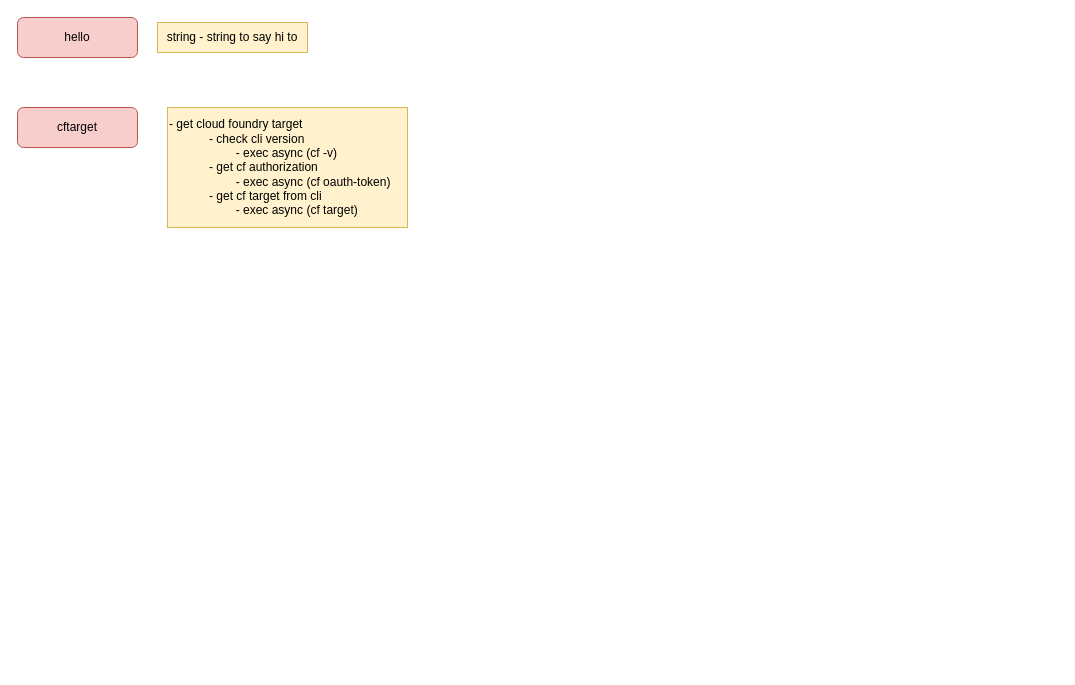
This is diagrams/mynodecli.drawio from ravipativenu/my-node-cli, a draw.io file, before an edit. Source tidied: cells renumbered, new cells numbered last; positions are measured from the earlier drawing's top-left corner, leaving out a move shared by most shapes. Both pictures are drawn from the tidied source at 100%, with x=0, y=0 at pixel (17, 17).
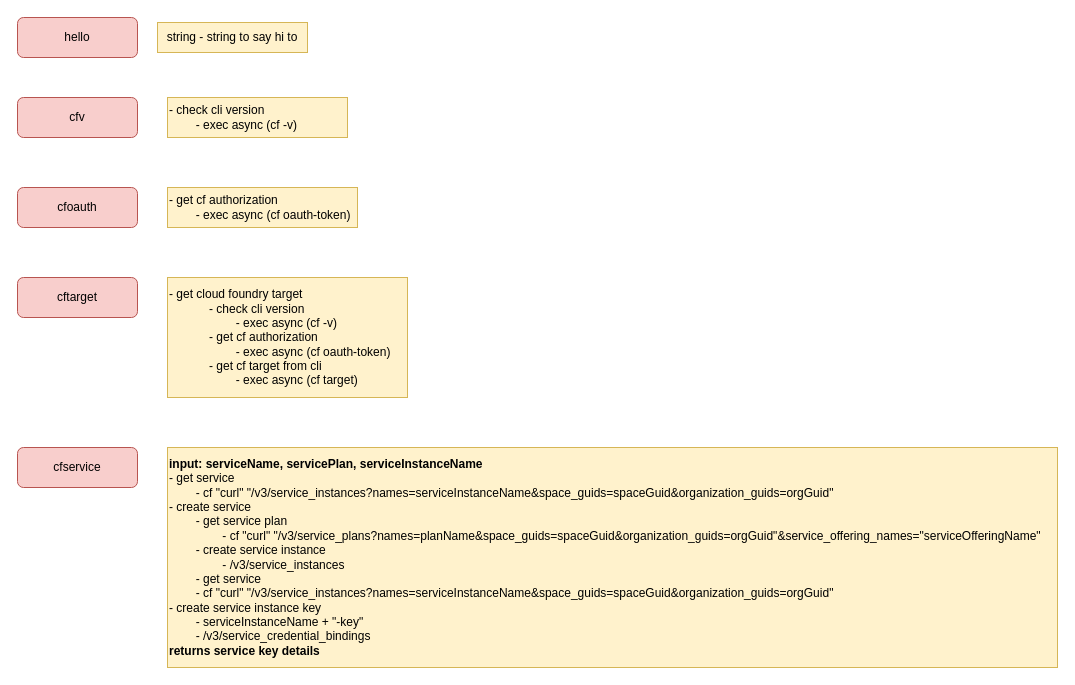
The same page after the edit.

Change to the diagram source:
```diff
@@
 <mxGraphModel>
   <root>
     <mxCell id="0" />
     <mxCell id="1" parent="0" />
     <mxCell id="2" value="hello" style="rounded=1;whiteSpace=wrap;html=1;fillColor=#f8cecc;strokeColor=#b85450;" parent="1" vertex="1">
       <mxGeometry width="120" height="40" as="geometry" />
     </mxCell>
     <mxCell id="3" value="string - string to say hi to" style="text;html=1;align=center;verticalAlign=middle;whiteSpace=wrap;rounded=0;fillColor=#fff2cc;strokeColor=#d6b656;" parent="1" vertex="1">
       <mxGeometry x="140" y="5" width="150" height="30" as="geometry" />
     </mxCell>
     <mxCell id="4" value="cftarget" style="rounded=1;whiteSpace=wrap;html=1;fillColor=#f8cecc;strokeColor=#b85450;" parent="1" vertex="1">
-      <mxGeometry y="90" width="120" height="40" as="geometry" />
+      <mxGeometry y="260" width="120" height="40" as="geometry" />
     </mxCell>
     <mxCell id="5" value="- get cloud foundry target&lt;blockquote style=&quot;margin: 0 0 0 40px; border: none; padding: 0px;&quot;&gt;&lt;div&gt;- check cli version&lt;/div&gt;&lt;div&gt;&lt;span style=&quot;white-space: pre;&quot;&gt;&#9;&lt;/span&gt;- exec async (cf -v)&lt;/div&gt;&lt;div&gt;- get cf authorization&lt;/div&gt;&lt;div&gt;&lt;span style=&quot;white-space: pre;&quot;&gt;&#9;&lt;/span&gt;-&amp;nbsp;&lt;span style=&quot;background-color: initial;&quot;&gt;exec async&lt;/span&gt;&lt;span style=&quot;background-color: initial;&quot;&gt;&amp;nbsp;(&lt;/span&gt;&lt;span style=&quot;background-color: initial;&quot;&gt;cf oauth-token)&lt;/span&gt;&lt;/div&gt;&lt;div&gt;- get cf target from cli&lt;/div&gt;&lt;div&gt;&lt;span style=&quot;white-space: pre;&quot;&gt;&#9;&lt;/span&gt;-&amp;nbsp;&lt;span style=&quot;background-color: initial;&quot;&gt;exec async&lt;/span&gt;&lt;span style=&quot;background-color: initial;&quot;&gt;&amp;nbsp;(&lt;/span&gt;&lt;span style=&quot;background-color: initial;&quot;&gt;cf target)&lt;/span&gt;&lt;/div&gt;&lt;/blockquote&gt;" style="text;html=1;align=left;verticalAlign=middle;whiteSpace=wrap;rounded=0;fillColor=#fff2cc;strokeColor=#d6b656;" parent="1" vertex="1">
-      <mxGeometry x="150" y="90" width="240" height="120" as="geometry" />
+      <mxGeometry x="150" y="260" width="240" height="120" as="geometry" />
     </mxCell>
+    <mxCell id="6" value="cfoauth" style="rounded=1;whiteSpace=wrap;html=1;fillColor=#f8cecc;strokeColor=#b85450;" parent="1" vertex="1">
+      <mxGeometry y="170" width="120" height="40" as="geometry" />
+    </mxCell>
+    <mxCell id="7" value="cfv" style="rounded=1;whiteSpace=wrap;html=1;fillColor=#f8cecc;strokeColor=#b85450;" parent="1" vertex="1">
+      <mxGeometry y="80" width="120" height="40" as="geometry" />
+    </mxCell>
+    <mxCell id="8" value="&lt;div&gt;- check cli version&lt;/div&gt;&lt;div&gt;&lt;span style=&quot;white-space: normal;&quot;&gt;&lt;span style=&quot;white-space:pre&quot;&gt;&#9;&lt;/span&gt;- exec async (cf -v)&lt;/span&gt;&lt;/div&gt;" style="text;html=1;align=left;verticalAlign=middle;whiteSpace=wrap;rounded=0;fillColor=#fff2cc;strokeColor=#d6b656;" parent="1" vertex="1">
+      <mxGeometry x="150" y="80" width="180" height="40" as="geometry" />
+    </mxCell>
+    <mxCell id="9" value="&lt;div&gt;-&amp;nbsp;&lt;span style=&quot;background-color: initial;&quot;&gt;get cf authorization&lt;/span&gt;&lt;/div&gt;&lt;div&gt;&lt;span style=&quot;white-space: normal;&quot;&gt;&lt;span style=&quot;white-space:pre&quot;&gt;&#9;&lt;/span&gt;-&amp;nbsp;&lt;/span&gt;&lt;span style=&quot;background-color: initial;&quot;&gt;exec async&lt;/span&gt;&lt;span style=&quot;background-color: initial;&quot;&gt;&amp;nbsp;(&lt;/span&gt;&lt;span style=&quot;background-color: initial;&quot;&gt;cf oauth-token)&lt;/span&gt;&lt;/div&gt;" style="text;html=1;align=left;verticalAlign=middle;whiteSpace=wrap;rounded=0;fillColor=#fff2cc;strokeColor=#d6b656;" parent="1" vertex="1">
+      <mxGeometry x="150" y="170" width="190" height="40" as="geometry" />
+    </mxCell>
+    <mxCell id="10" value="cfservice" style="rounded=1;whiteSpace=wrap;html=1;fillColor=#f8cecc;strokeColor=#b85450;" parent="1" vertex="1">
+      <mxGeometry y="430" width="120" height="40" as="geometry" />
+    </mxCell>
+    <mxCell id="11" value="&lt;div&gt;&lt;div&gt;&lt;b&gt;input: serviceName,&amp;nbsp;&lt;span style=&quot;background-color: initial;&quot;&gt;servicePlan,&amp;nbsp;&lt;/span&gt;&lt;span style=&quot;background-color: initial;&quot;&gt;serviceInstanceName&lt;/span&gt;&lt;/b&gt;&lt;/div&gt;&lt;/div&gt;- get service&lt;div&gt;&lt;span style=&quot;white-space: pre;&quot;&gt;&#9;&lt;/span&gt;- cf &quot;curl&quot; &quot;/v3/service_instances?names=serviceInstanceName&amp;amp;space_guids=spaceGuid&amp;amp;organization_guids=orgGuid&quot;&lt;br&gt;&lt;/div&gt;&lt;div&gt;- create service&lt;/div&gt;&lt;div&gt;&lt;span style=&quot;white-space: pre;&quot;&gt;&#9;&lt;/span&gt;- get service plan&lt;br&gt;&lt;/div&gt;&lt;div&gt;&lt;span style=&quot;white-space: pre;&quot;&gt;&#9;&lt;span style=&quot;white-space: pre;&quot;&gt;&#9;&lt;/span&gt;&lt;/span&gt;-&amp;nbsp;&lt;span style=&quot;background-color: initial;&quot;&gt;cf &quot;curl&quot; &quot;/v3/service_plans?names=planName&amp;amp;space_guids=spaceGuid&amp;amp;organization_guids=orgGuid&quot;&amp;amp;&lt;/span&gt;&lt;span style=&quot;background-color: initial;&quot;&gt;service_offering_names=&quot;&lt;/span&gt;&lt;span style=&quot;background-color: initial;&quot;&gt;serviceOfferingName&quot;&lt;/span&gt;&lt;br&gt;&lt;/div&gt;&lt;div&gt;&lt;span style=&quot;background-color: initial;&quot;&gt;&lt;span style=&quot;white-space: pre;&quot;&gt;&#9;&lt;/span&gt;- create service instance&lt;br&gt;&lt;/span&gt;&lt;/div&gt;&lt;div&gt;&lt;span style=&quot;background-color: initial;&quot;&gt;&lt;span style=&quot;white-space: pre;&quot;&gt;&#9;&lt;span style=&quot;white-space: pre;&quot;&gt;&#9;&lt;/span&gt;&lt;/span&gt;-&amp;nbsp;&lt;/span&gt;&lt;span style=&quot;background-color: initial;&quot;&gt;/v3/service_instances&lt;/span&gt;&lt;span style=&quot;background-color: initial;&quot;&gt;&lt;br&gt;&lt;/span&gt;&lt;/div&gt;&lt;div&gt;&lt;span style=&quot;background-color: initial;&quot;&gt;&lt;span style=&quot;white-space: pre;&quot;&gt;&#9;&lt;/span&gt;-&amp;nbsp;&lt;/span&gt;&lt;span style=&quot;background-color: initial;&quot;&gt;get service&lt;/span&gt;&lt;span style=&quot;background-color: initial;&quot;&gt;&lt;br&gt;&lt;/span&gt;&lt;/div&gt;&lt;div&gt;&lt;span style=&quot;white-space: pre;&quot;&gt;&#9;&lt;/span&gt;- cf &quot;curl&quot; &quot;/v3/service_instances?names=serviceInstanceName&amp;amp;space_guids=spaceGuid&amp;amp;organization_guids=orgGuid&quot;&lt;/div&gt;&lt;div&gt;- create service instance key&lt;/div&gt;&lt;div&gt;&lt;span style=&quot;white-space: pre;&quot;&gt;&#9;&lt;/span&gt;- serviceInstanceName + &quot;-key&quot;&lt;br&gt;&lt;/div&gt;&lt;div&gt;&lt;span style=&quot;white-space: pre;&quot;&gt;&#9;&lt;/span&gt;-&amp;nbsp;/v3/service_credential_bindings&lt;br&gt;&lt;/div&gt;&lt;div&gt;&lt;b&gt;returns service key details&lt;/b&gt;&lt;/div&gt;" style="text;html=1;align=left;verticalAlign=middle;whiteSpace=wrap;rounded=0;fillColor=#fff2cc;strokeColor=#d6b656;" parent="1" vertex="1">
+      <mxGeometry x="150" y="430" width="890" height="220" as="geometry" />
+    </mxCell>
   </root>
 </mxGraphModel>
```
